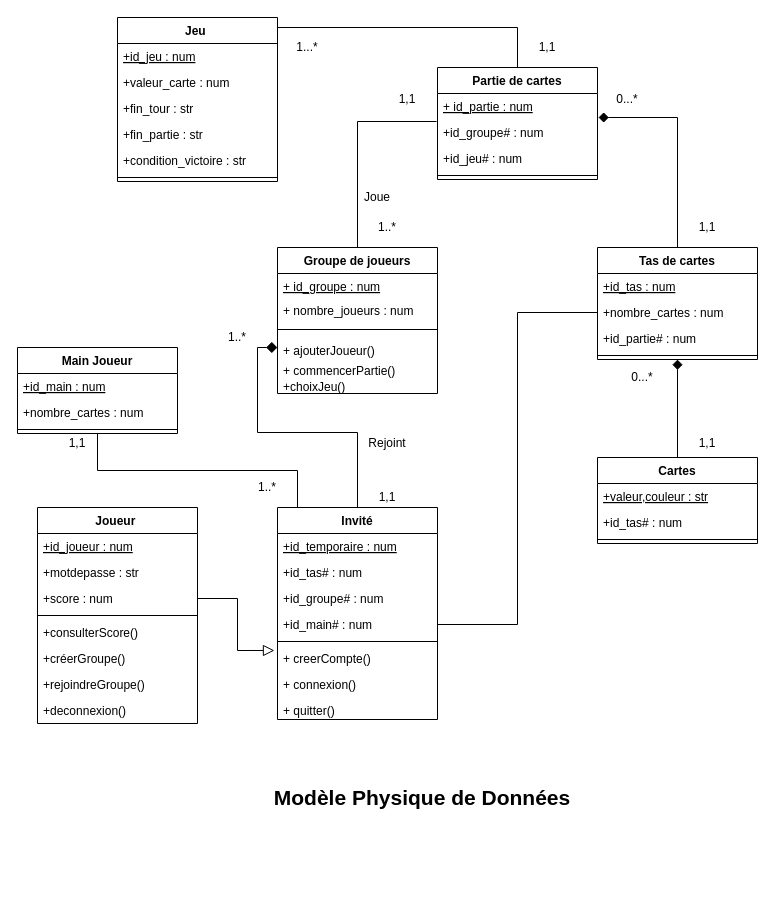
MailineN/ProjetInfo2A keeps this draw.io diagram as Diagrams/ModelePhysiqueDonnées.drawio. Above is the earlier version. Source tidied: cells renumbered, new cells numbered last; positions are measured from the earlier drawing's top-left corner, leaving out a move shared by most shapes. Both pictures are drawn from the tidied source at 100%, with x=0, y=0 at pixel (17, 17).
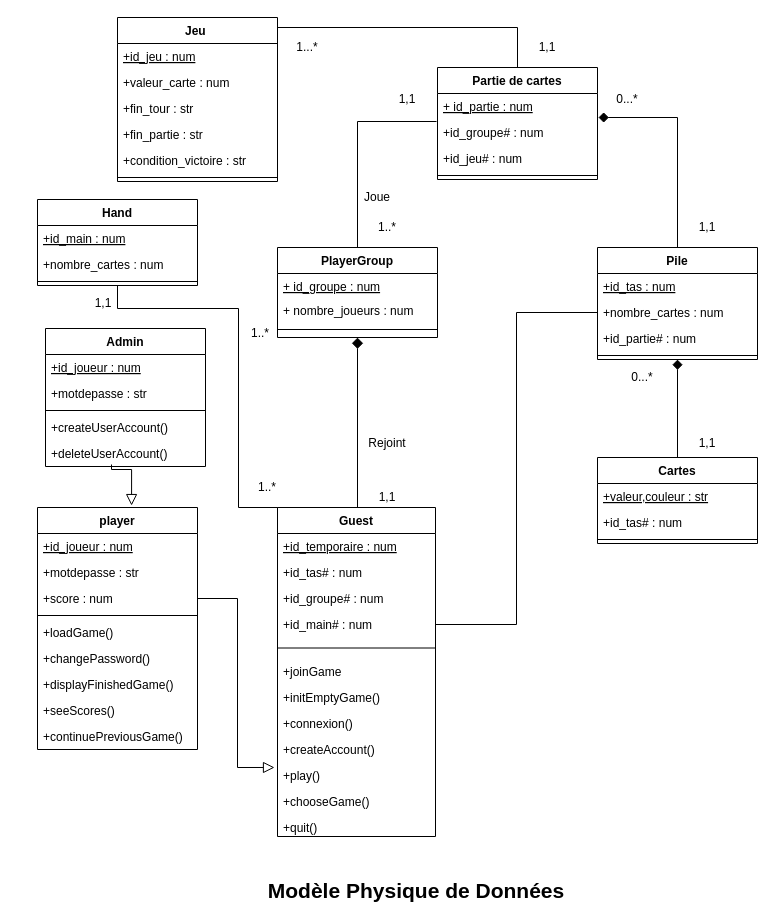
The same diagram, later.

Change to the diagram source:
```diff
@@
     <mxCell id="5" value="Modèle Physique de Données" style="text;html=1;strokeColor=none;fillColor=none;align=center;verticalAlign=middle;whiteSpace=wrap;rounded=0;fontSize=21;fontStyle=1;" parent="1" vertex="1">
-      <mxGeometry x="220" y="770" width="370" height="20" as="geometry" />
+      <mxGeometry x="214" y="863" width="370" height="20" as="geometry" />
     </mxCell>
-    <mxCell id="6" style="edgeStyle=orthogonalEdgeStyle;rounded=0;jettySize=auto;html=1;exitX=0.5;exitY=0;exitDx=0;exitDy=0;entryX=0;entryY=0.5;entryDx=0;entryDy=0;endArrow=diamond;endFill=1;endSize=9;strokeWidth=1;fontSize=21;" parent="1" edge="1" source="51" target="23">
-      <mxGeometry relative="1" as="geometry" />
+    <mxCell id="6" style="edgeStyle=orthogonalEdgeStyle;rounded=0;jettySize=auto;html=1;exitX=0.5;exitY=0;exitDx=0;exitDy=0;endArrow=diamond;endFill=1;endSize=9;strokeWidth=1;fontSize=21;entryX=0.5;entryY=1;entryDx=0;entryDy=0;" parent="1" edge="1" source="51" target="19">
+      <mxGeometry relative="1" as="geometry">
+        <Array as="points">
+          <mxPoint x="340" y="490" />
+        </Array>
+      </mxGeometry>
     </mxCell>
@@
     <mxCell id="9" style="edgeStyle=orthogonalEdgeStyle;rounded=0;jettySize=auto;html=1;exitX=0.5;exitY=1;exitDx=0;exitDy=0;entryX=0.125;entryY=0;entryDx=0;entryDy=0;entryPerimeter=0;endArrow=none;endFill=0;endSize=9;strokeWidth=1;fontSize=12;" parent="1" edge="1" source="60" target="51">
-      <mxGeometry relative="1" as="geometry" />
+      <mxGeometry relative="1" as="geometry">
+        <Array as="points">
+          <mxPoint x="100" y="291" />
+          <mxPoint x="221" y="291" />
+          <mxPoint x="221" y="490" />
+        </Array>
+      </mxGeometry>
     </mxCell>
@@
-    <mxCell id="19" value="Groupe de joueurs&#10;" style="swimlane;fontStyle=1;align=center;verticalAlign=top;horizontal=1;startSize=26;" parent="1" vertex="1">
-      <mxGeometry x="260" y="230" width="160" height="146" as="geometry" />
+    <mxCell id="19" value="PlayerGroup" style="swimlane;fontStyle=1;align=center;verticalAlign=top;horizontal=1;startSize=26;" parent="1" vertex="1">
+      <mxGeometry x="260" y="230" width="160" height="90" as="geometry" />
     </mxCell>
@@
-    <mxCell id="23" value="+ ajouterJoueur()" style="text;strokeColor=none;fillColor=none;align=left;verticalAlign=top;spacingLeft=4;spacingRight=4;overflow=hidden;points=[[0,0.5],[1,0.5]];portConstraint=eastwest;" parent="19" vertex="1">
-      <mxGeometry y="90" width="160" height="20" as="geometry" />
-    </mxCell>
-    <mxCell id="24" value="+ commencerPartie()" style="text;strokeColor=none;fillColor=none;align=left;verticalAlign=top;spacingLeft=4;spacingRight=4;overflow=hidden;" parent="19" vertex="1">
-      <mxGeometry y="110" width="160" height="16" as="geometry" />
-    </mxCell>
-    <mxCell id="25" value="+choixJeu()&#10;" style="text;strokeColor=none;fillColor=none;align=left;verticalAlign=top;spacingLeft=4;spacingRight=4;overflow=hidden;" parent="19" vertex="1">
-      <mxGeometry y="126" width="160" height="20" as="geometry" />
-    </mxCell>
-    <mxCell id="26" value="Tas de cartes" style="swimlane;fontStyle=1;align=center;verticalAlign=top;horizontal=1;startSize=26;" parent="1" vertex="1">
+    <mxCell id="26" value="Pile" style="swimlane;fontStyle=1;align=center;verticalAlign=top;horizontal=1;startSize=26;" parent="1" vertex="1">
       <mxGeometry x="580" y="230" width="160" height="112" as="geometry" />
     </mxCell>
@@
-    <mxCell id="42" value="Joueur " style="swimlane;fontStyle=1;align=center;verticalAlign=top;horizontal=1;startSize=26;" parent="1" vertex="1">
-      <mxGeometry x="20" y="490" width="160" height="216" as="geometry" />
+    <mxCell id="42" value="player" style="swimlane;fontStyle=1;align=center;verticalAlign=top;horizontal=1;startSize=26;" parent="1" vertex="1">
+      <mxGeometry x="20" y="490" width="160" height="242" as="geometry" />
     </mxCell>
@@
-    <mxCell id="47" value="+consulterScore()&#10;" style="text;strokeColor=none;fillColor=none;align=left;verticalAlign=top;spacingLeft=4;spacingRight=4;overflow=hidden;" parent="42" vertex="1">
+    <mxCell id="47" value="+loadGame()" style="text;strokeColor=none;fillColor=none;align=left;verticalAlign=top;spacingLeft=4;spacingRight=4;overflow=hidden;" parent="42" vertex="1">
       <mxGeometry y="112" width="160" height="26" as="geometry" />
     </mxCell>
-    <mxCell id="48" value="+créerGroupe()" style="text;strokeColor=none;fillColor=none;align=left;verticalAlign=top;spacingLeft=4;spacingRight=4;overflow=hidden;" parent="42" vertex="1">
+    <mxCell id="48" value="+changePassword()" style="text;strokeColor=none;fillColor=none;align=left;verticalAlign=top;spacingLeft=4;spacingRight=4;overflow=hidden;" parent="42" vertex="1">
       <mxGeometry y="138" width="160" height="26" as="geometry" />
     </mxCell>
-    <mxCell id="49" value="+rejoindreGroupe()" style="text;strokeColor=none;fillColor=none;align=left;verticalAlign=top;spacingLeft=4;spacingRight=4;overflow=hidden;" parent="42" vertex="1">
+    <mxCell id="49" value="+displayFinishedGame()" style="text;strokeColor=none;fillColor=none;align=left;verticalAlign=top;spacingLeft=4;spacingRight=4;overflow=hidden;" parent="42" vertex="1">
       <mxGeometry y="164" width="160" height="26" as="geometry" />
     </mxCell>
-    <mxCell id="50" value="+deconnexion()" style="text;strokeColor=none;fillColor=none;align=left;verticalAlign=top;spacingLeft=4;spacingRight=4;overflow=hidden;" parent="42" vertex="1">
-      <mxGeometry y="190" width="160" height="26" as="geometry" />
-    </mxCell>
+    <mxCell id="75" value="+seeScores()" style="text;strokeColor=none;fillColor=none;align=left;verticalAlign=top;spacingLeft=4;spacingRight=4;overflow=hidden;" parent="42" vertex="1">
+      <mxGeometry y="190" width="160" height="26" as="geometry" />
+    </mxCell>
+    <mxCell id="76" value="+continuePreviousGame()" style="text;strokeColor=none;fillColor=none;align=left;verticalAlign=top;spacingLeft=4;spacingRight=4;overflow=hidden;" parent="42" vertex="1">
+      <mxGeometry y="216" width="160" height="26" as="geometry" />
+    </mxCell>
-    <mxCell id="51" value="Invité" style="swimlane;fontStyle=1;align=center;verticalAlign=top;horizontal=1;startSize=26;" parent="1" vertex="1">
-      <mxGeometry x="260" y="490" width="160" height="212" as="geometry" />
+    <mxCell id="51" value="Guest" style="swimlane;fontStyle=1;align=center;verticalAlign=top;horizontal=1;startSize=26;" parent="1" vertex="1">
+      <mxGeometry x="260" y="490" width="158" height="329" as="geometry" />
     </mxCell>
     <mxCell id="52" value="+id_temporaire : num" style="text;strokeColor=none;fillColor=none;align=left;verticalAlign=top;spacingLeft=4;spacingRight=4;overflow=hidden;fontStyle=4;" parent="51" vertex="1">
-      <mxGeometry y="26" width="160" height="26" as="geometry" />
+      <mxGeometry y="26" width="158" height="26" as="geometry" />
     </mxCell>
     <mxCell id="53" value="+id_tas# : num" style="text;strokeColor=none;fillColor=none;align=left;verticalAlign=top;spacingLeft=4;spacingRight=4;overflow=hidden;fontStyle=0;fontSize=12;" parent="51" vertex="1">
-      <mxGeometry y="52" width="160" height="26" as="geometry" />
+      <mxGeometry y="52" width="158" height="26" as="geometry" />
     </mxCell>
     <mxCell id="54" value="+id_groupe# : num" style="text;strokeColor=none;fillColor=none;align=left;verticalAlign=top;spacingLeft=4;spacingRight=4;overflow=hidden;fontStyle=0;fontSize=12;" parent="51" vertex="1">
-      <mxGeometry y="78" width="160" height="26" as="geometry" />
+      <mxGeometry y="78" width="158" height="26" as="geometry" />
     </mxCell>
     <mxCell id="55" value="+id_main# : num" style="text;strokeColor=none;fillColor=none;align=left;verticalAlign=top;spacingLeft=4;spacingRight=4;overflow=hidden;points=[[0,0.5],[1,0.5]];portConstraint=eastwest;fontStyle=0;" parent="51" vertex="1">
-      <mxGeometry y="104" width="160" height="26" as="geometry" />
+      <mxGeometry y="104" width="158" height="26" as="geometry" />
     </mxCell>
     <mxCell id="56" style="line;strokeWidth=1;fillColor=none;align=left;verticalAlign=middle;spacingTop=-1;spacingLeft=3;spacingRight=3;labelPosition=right;" parent="51" vertex="1">
-      <mxGeometry y="130" width="160" height="8" as="geometry" />
+      <mxGeometry y="130" width="158" height="21" as="geometry" />
     </mxCell>
+    <mxCell id="77" value="+joinGame" style="text;strokeColor=none;fillColor=none;align=left;verticalAlign=top;spacingLeft=4;spacingRight=4;overflow=hidden;" parent="51" vertex="1">
+      <mxGeometry y="151" width="158" height="26" as="geometry" />
+    </mxCell>
+    <mxCell id="78" value="+initEmptyGame()" style="text;strokeColor=none;fillColor=none;align=left;verticalAlign=top;spacingLeft=4;spacingRight=4;overflow=hidden;" parent="51" vertex="1">
+      <mxGeometry y="177" width="158" height="26" as="geometry" />
+    </mxCell>
+    <mxCell id="79" value="+connexion()" style="text;strokeColor=none;fillColor=none;align=left;verticalAlign=top;spacingLeft=4;spacingRight=4;overflow=hidden;" parent="51" vertex="1">
+      <mxGeometry y="203" width="158" height="26" as="geometry" />
+    </mxCell>
+    <mxCell id="80" value="+createAccount()" style="text;strokeColor=none;fillColor=none;align=left;verticalAlign=top;spacingLeft=4;spacingRight=4;overflow=hidden;" parent="51" vertex="1">
+      <mxGeometry y="229" width="158" height="26" as="geometry" />
+    </mxCell>
-    <mxCell id="57" value="+ creerCompte()" style="text;strokeColor=none;fillColor=none;align=left;verticalAlign=top;spacingLeft=4;spacingRight=4;overflow=hidden;points=[[0,0.5],[1,0.5]];portConstraint=eastwest;" parent="51" vertex="1">
-      <mxGeometry y="138" width="160" height="26" as="geometry" />
+    <mxCell id="57" value="+play()" style="text;strokeColor=none;fillColor=none;align=left;verticalAlign=top;spacingLeft=4;spacingRight=4;overflow=hidden;points=[[0,0.5],[1,0.5]];portConstraint=eastwest;" parent="51" vertex="1">
+      <mxGeometry y="255" width="158" height="26" as="geometry" />
     </mxCell>
-    <mxCell id="58" value="+ connexion()" style="text;strokeColor=none;fillColor=none;align=left;verticalAlign=top;spacingLeft=4;spacingRight=4;overflow=hidden;" parent="51" vertex="1">
-      <mxGeometry y="164" width="160" height="26" as="geometry" />
+    <mxCell id="58" value="+chooseGame()" style="text;strokeColor=none;fillColor=none;align=left;verticalAlign=top;spacingLeft=4;spacingRight=4;overflow=hidden;" parent="51" vertex="1">
+      <mxGeometry y="281" width="158" height="26" as="geometry" />
     </mxCell>
-    <mxCell id="59" value="+ quitter()" style="text;strokeColor=none;fillColor=none;align=left;verticalAlign=top;spacingLeft=4;spacingRight=4;overflow=hidden;" parent="51" vertex="1">
-      <mxGeometry y="190" width="160" height="22" as="geometry" />
+    <mxCell id="59" value="+quit()" style="text;strokeColor=none;fillColor=none;align=left;verticalAlign=top;spacingLeft=4;spacingRight=4;overflow=hidden;" parent="51" vertex="1">
+      <mxGeometry y="307" width="158" height="22" as="geometry" />
     </mxCell>
-    <mxCell id="60" value="Main Joueur" style="swimlane;fontStyle=1;align=center;verticalAlign=top;horizontal=1;startSize=26;fontSize=12;" parent="1" vertex="1">
-      <mxGeometry y="330" width="160" height="86" as="geometry" />
-    </mxCell>
-    <mxCell id="61" value="+id_main : num&#10;" style="text;strokeColor=none;fillColor=none;align=left;verticalAlign=top;spacingLeft=4;spacingRight=4;overflow=hidden;fontStyle=4;fontSize=12;" parent="60" vertex="1">
-      <mxGeometry y="26" width="160" height="26" as="geometry" />
-    </mxCell>
-    <mxCell id="62" value="+nombre_cartes : num" style="text;strokeColor=none;fillColor=none;align=left;verticalAlign=top;spacingLeft=4;spacingRight=4;overflow=hidden;fontStyle=0;fontSize=12;" parent="60" vertex="1">
-      <mxGeometry y="52" width="160" height="26" as="geometry" />
-    </mxCell>
-    <mxCell id="63" style="line;strokeWidth=1;fillColor=none;align=left;verticalAlign=middle;spacingTop=-1;spacingLeft=3;spacingRight=3;labelPosition=right;" parent="60" vertex="1">
-      <mxGeometry y="78" width="160" height="8" as="geometry" />
-    </mxCell>
@@
     <mxCell id="66" value="1..*" style="text;html=1;strokeColor=none;fillColor=none;align=center;verticalAlign=middle;whiteSpace=wrap;rounded=0;fontSize=12;" parent="1" vertex="1">
-      <mxGeometry x="200" y="310" width="40" height="20" as="geometry" />
+      <mxGeometry x="223" y="306" width="40" height="20" as="geometry" />
     </mxCell>
@@
     <mxCell id="68" value="1,1" style="text;html=1;strokeColor=none;fillColor=none;align=center;verticalAlign=middle;whiteSpace=wrap;rounded=0;fontSize=12;" parent="1" vertex="1">
-      <mxGeometry x="40" y="416" width="40" height="20" as="geometry" />
+      <mxGeometry x="66" y="276" width="40" height="20" as="geometry" />
     </mxCell>
@@
+    <mxCell id="60" value="Hand" style="swimlane;fontStyle=1;align=center;verticalAlign=top;horizontal=1;startSize=26;fontSize=12;" parent="1" vertex="1">
+      <mxGeometry x="20" y="182" width="160" height="86" as="geometry" />
+    </mxCell>
+    <mxCell id="61" value="+id_main : num&#10;" style="text;strokeColor=none;fillColor=none;align=left;verticalAlign=top;spacingLeft=4;spacingRight=4;overflow=hidden;fontStyle=4;fontSize=12;" parent="60" vertex="1">
+      <mxGeometry y="26" width="160" height="26" as="geometry" />
+    </mxCell>
+    <mxCell id="62" value="+nombre_cartes : num" style="text;strokeColor=none;fillColor=none;align=left;verticalAlign=top;spacingLeft=4;spacingRight=4;overflow=hidden;fontStyle=0;fontSize=12;" parent="60" vertex="1">
+      <mxGeometry y="52" width="160" height="26" as="geometry" />
+    </mxCell>
+    <mxCell id="63" style="line;strokeWidth=1;fillColor=none;align=left;verticalAlign=middle;spacingTop=-1;spacingLeft=3;spacingRight=3;labelPosition=right;" parent="60" vertex="1">
+      <mxGeometry y="78" width="160" height="8" as="geometry" />
+    </mxCell>
+    <mxCell id="81" value="Admin" style="swimlane;fontStyle=1;align=center;verticalAlign=top;horizontal=1;startSize=26;" parent="1" vertex="1">
+      <mxGeometry x="28" y="311" width="160" height="138" as="geometry" />
+    </mxCell>
+    <mxCell id="82" value="+id_joueur : num" style="text;strokeColor=none;fillColor=none;align=left;verticalAlign=top;spacingLeft=4;spacingRight=4;overflow=hidden;fontStyle=4;" parent="81" vertex="1">
+      <mxGeometry y="26" width="160" height="26" as="geometry" />
+    </mxCell>
+    <mxCell id="83" value="+motdepasse : str" style="text;strokeColor=none;fillColor=none;align=left;verticalAlign=top;spacingLeft=4;spacingRight=4;overflow=hidden;" parent="81" vertex="1">
+      <mxGeometry y="52" width="160" height="26" as="geometry" />
+    </mxCell>
+    <mxCell id="84" style="line;strokeWidth=1;fillColor=none;align=left;verticalAlign=middle;spacingTop=-1;spacingLeft=3;spacingRight=3;labelPosition=right;" parent="81" vertex="1">
+      <mxGeometry y="78" width="160" height="8" as="geometry" />
+    </mxCell>
+    <mxCell id="85" value="+createUserAccount()" style="text;strokeColor=none;fillColor=none;align=left;verticalAlign=top;spacingLeft=4;spacingRight=4;overflow=hidden;" parent="81" vertex="1">
+      <mxGeometry y="86" width="160" height="26" as="geometry" />
+    </mxCell>
+    <mxCell id="86" value="+deleteUserAccount()" style="text;strokeColor=none;fillColor=none;align=left;verticalAlign=top;spacingLeft=4;spacingRight=4;overflow=hidden;" parent="81" vertex="1">
+      <mxGeometry y="112" width="160" height="26" as="geometry" />
+    </mxCell>
+    <mxCell id="87" style="edgeStyle=orthogonalEdgeStyle;rounded=0;jettySize=auto;html=1;endArrow=block;endFill=0;endSize=9;strokeWidth=1;fontSize=21;entryX=0.588;entryY=-0.008;entryDx=0;entryDy=0;entryPerimeter=0;" parent="1" edge="1" target="42">
+      <mxGeometry relative="1" as="geometry">
+        <mxPoint x="94" y="447" as="sourcePoint" />
+        <Array as="points">
+          <mxPoint x="114" y="452" />
+        </Array>
+      </mxGeometry>
+    </mxCell>
```
